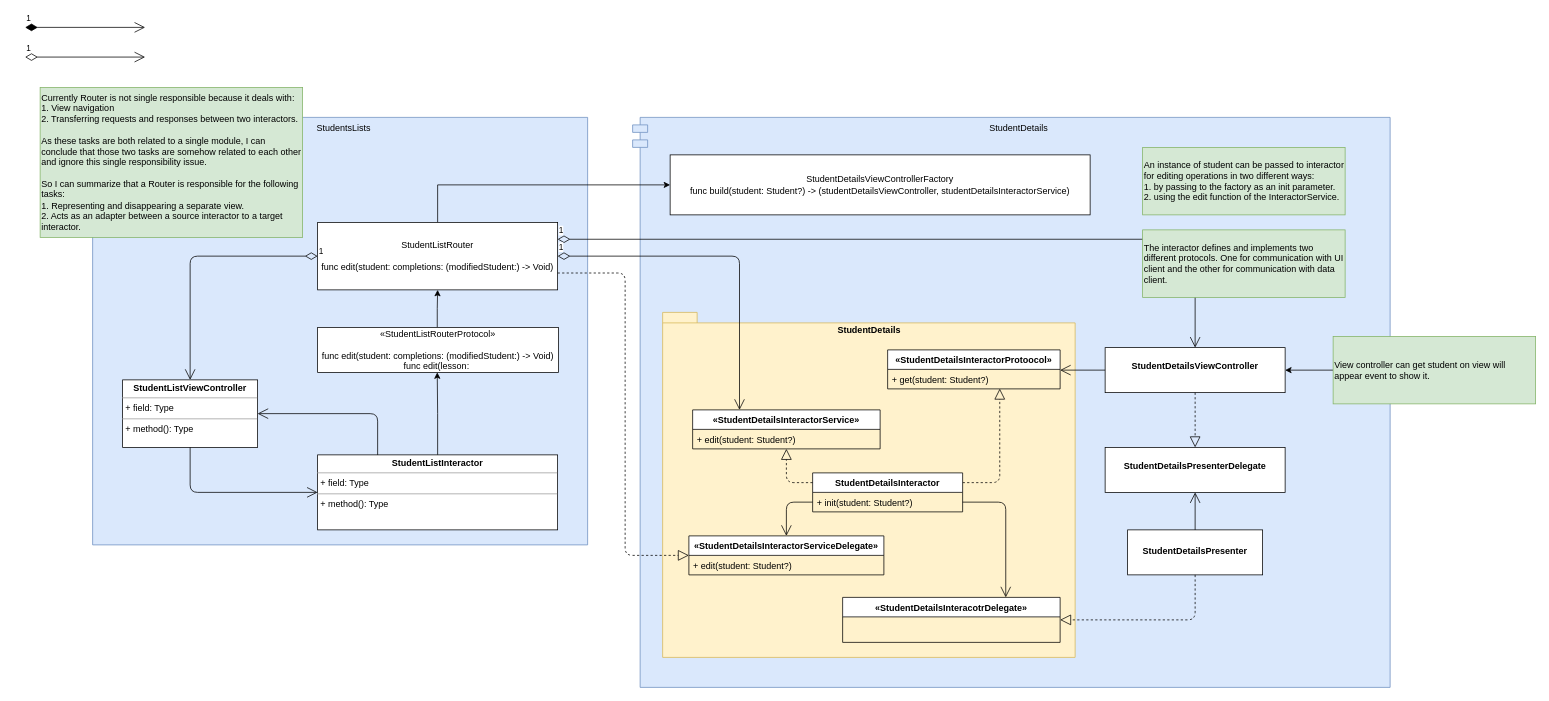
The draw.io diagram RouterPattern/Documents/Inter-module Communication.drawio in justin-er/Flow, before the edit. Source tidied: cells renumbered, new cells numbered last; positions are measured from the earlier drawing's top-left corner, leaving out a move shared by most shapes. Both pictures are drawn from the tidied source at 75%, with x=0, y=0 at pixel (25, 27).
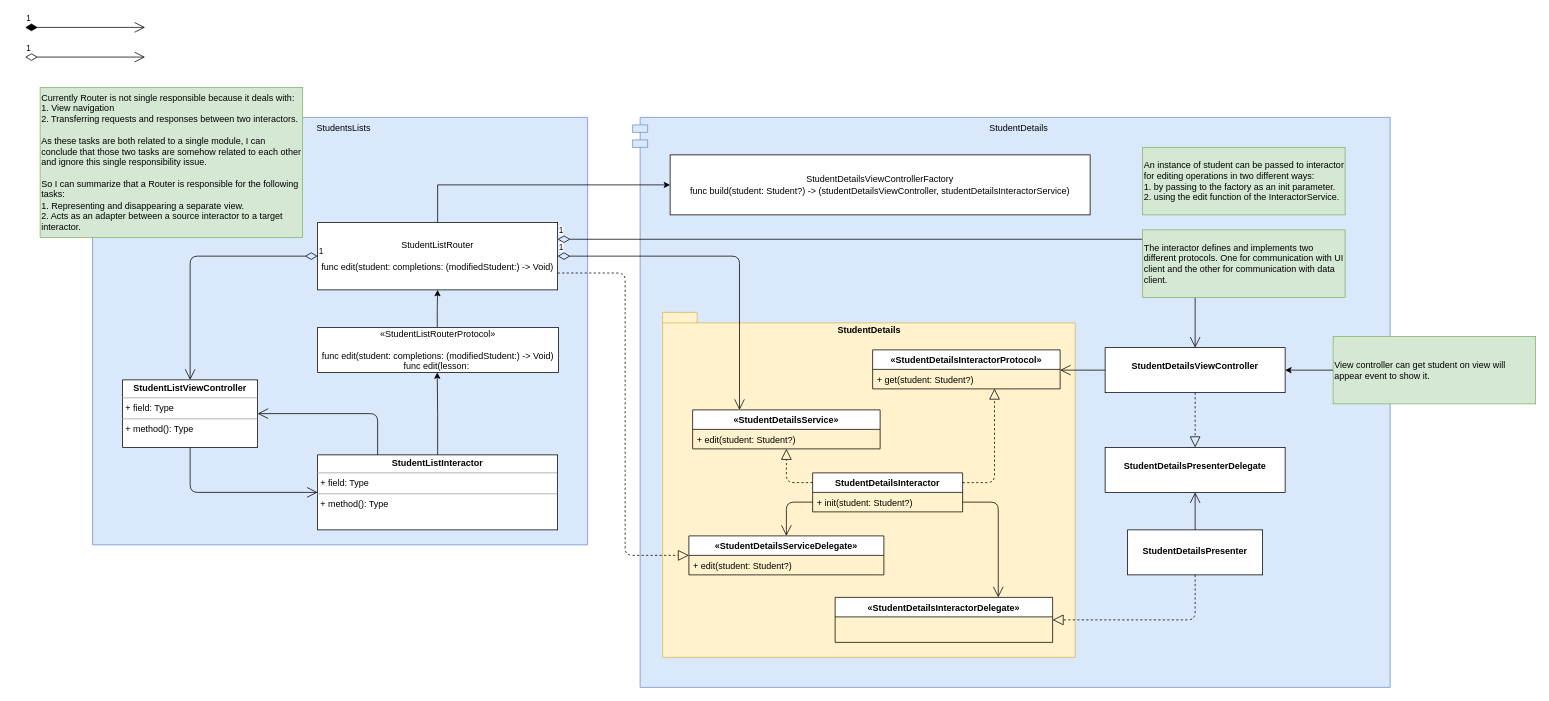
The same diagram, later.

Change to the diagram source:
```diff
@@
-    <mxCell id="32" value="«StudentDetailsInteractorProtoocol»" style="swimlane;fontStyle=1;align=center;verticalAlign=top;horizontal=1;startSize=26;" parent="1" vertex="1">
-      <mxGeometry x="1150" y="430" width="230" height="52" as="geometry" />
+    <mxCell id="32" value="«StudentDetailsInteractorProtocol»" style="swimlane;fontStyle=1;align=center;verticalAlign=top;horizontal=1;startSize=26;" parent="1" vertex="1">
+      <mxGeometry x="1130" y="430" width="250" height="52" as="geometry" />
     </mxCell>
     <mxCell id="33" value="+ get(student: Student?)" style="text;strokeColor=none;fillColor=none;align=left;verticalAlign=top;spacingLeft=4;spacingRight=4;overflow=hidden;points=[[0,0.5],[1,0.5]];portConstraint=eastwest;" parent="32" vertex="1">
-      <mxGeometry y="26" width="230" height="26" as="geometry" />
+      <mxGeometry y="26" width="250" height="26" as="geometry" />
     </mxCell>
-    <mxCell id="34" value="«StudentDetailsInteracotrDelegate»" style="swimlane;fontStyle=1;align=center;verticalAlign=top;horizontal=1;startSize=26;" parent="1" vertex="1">
-      <mxGeometry x="1090" y="760" width="290" height="60" as="geometry" />
+    <mxCell id="34" value="«StudentDetailsInteractorDelegate»" style="swimlane;fontStyle=1;align=center;verticalAlign=top;horizontal=1;startSize=26;" parent="1" vertex="1">
+      <mxGeometry x="1080" y="760" width="290" height="60" as="geometry" />
     </mxCell>
@@
-    <mxCell id="36" value="«StudentDetailsInteractorService»" style="swimlane;fontStyle=1;align=center;verticalAlign=top;horizontal=1;startSize=26;" parent="1" vertex="1">
+    <mxCell id="36" value="«StudentDetailsService»" style="swimlane;fontStyle=1;align=center;verticalAlign=top;horizontal=1;startSize=26;" parent="1" vertex="1">
       <mxGeometry x="890" y="510" width="250" height="52" as="geometry" />
     </mxCell>
@@
-    <mxCell id="39" value="«StudentDetailsInteractorServiceDelegate»" style="swimlane;fontStyle=1;align=center;verticalAlign=top;horizontal=1;startSize=26;" parent="1" vertex="1">
+    <mxCell id="39" value="«StudentDetailsServiceDelegate»" style="swimlane;fontStyle=1;align=center;verticalAlign=top;horizontal=1;startSize=26;" parent="1" vertex="1">
       <mxGeometry x="885" y="678" width="260" height="52" as="geometry" />
     </mxCell>
```
